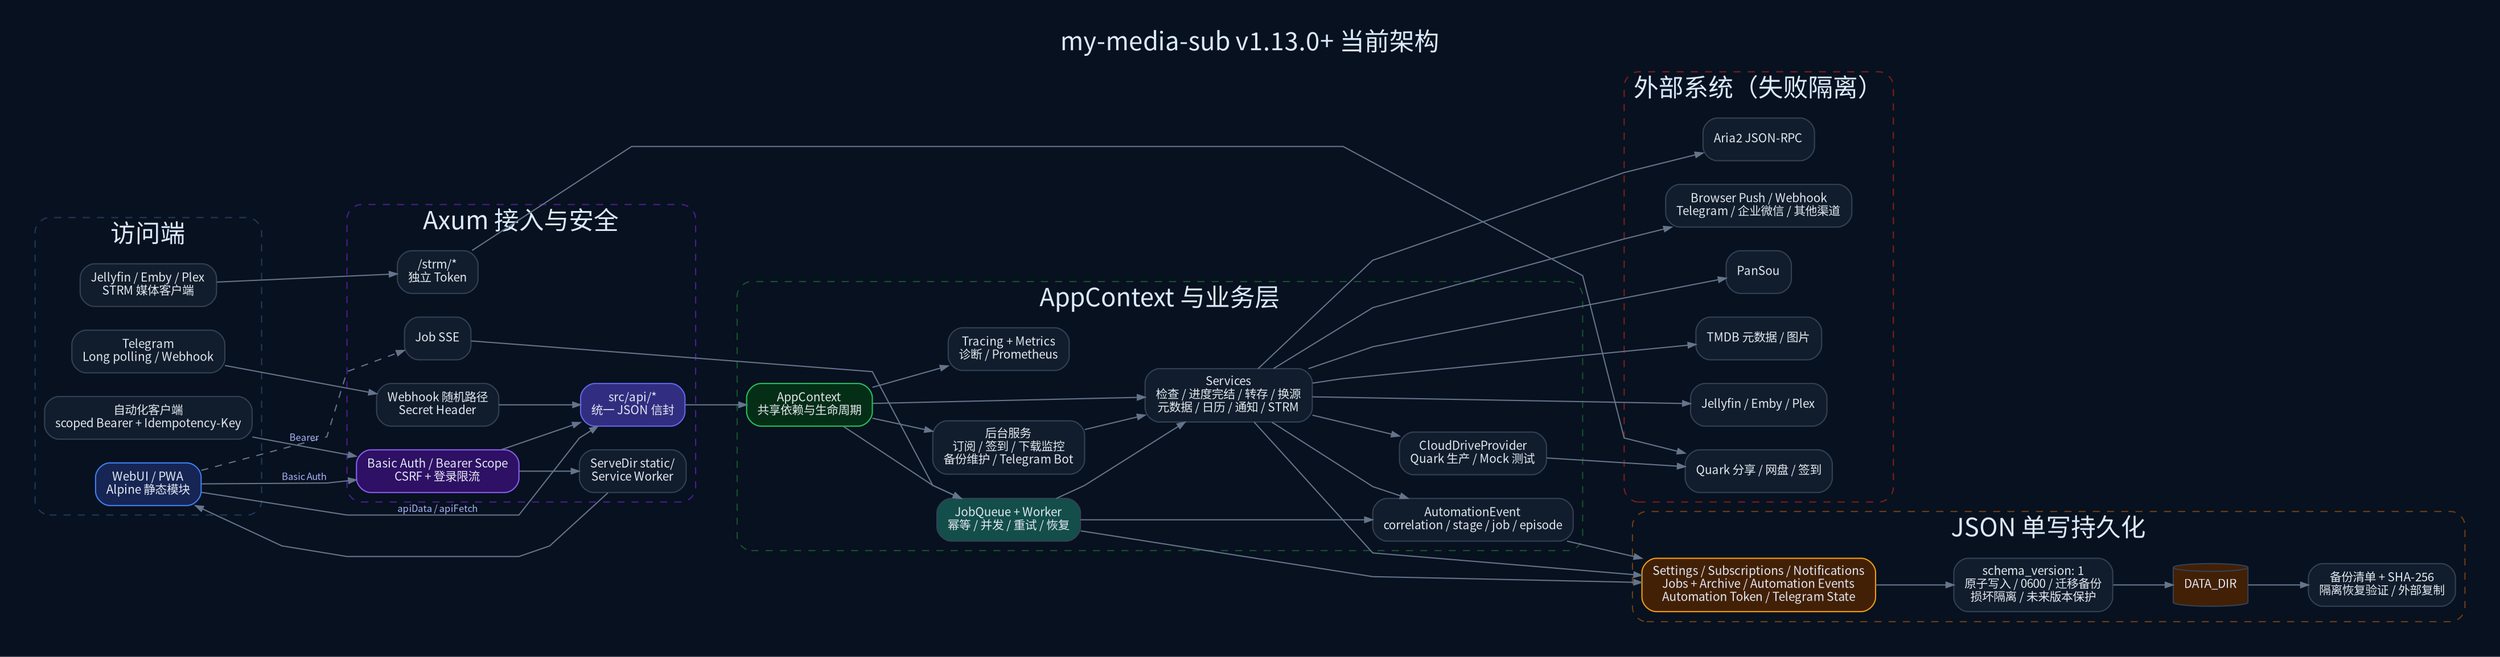
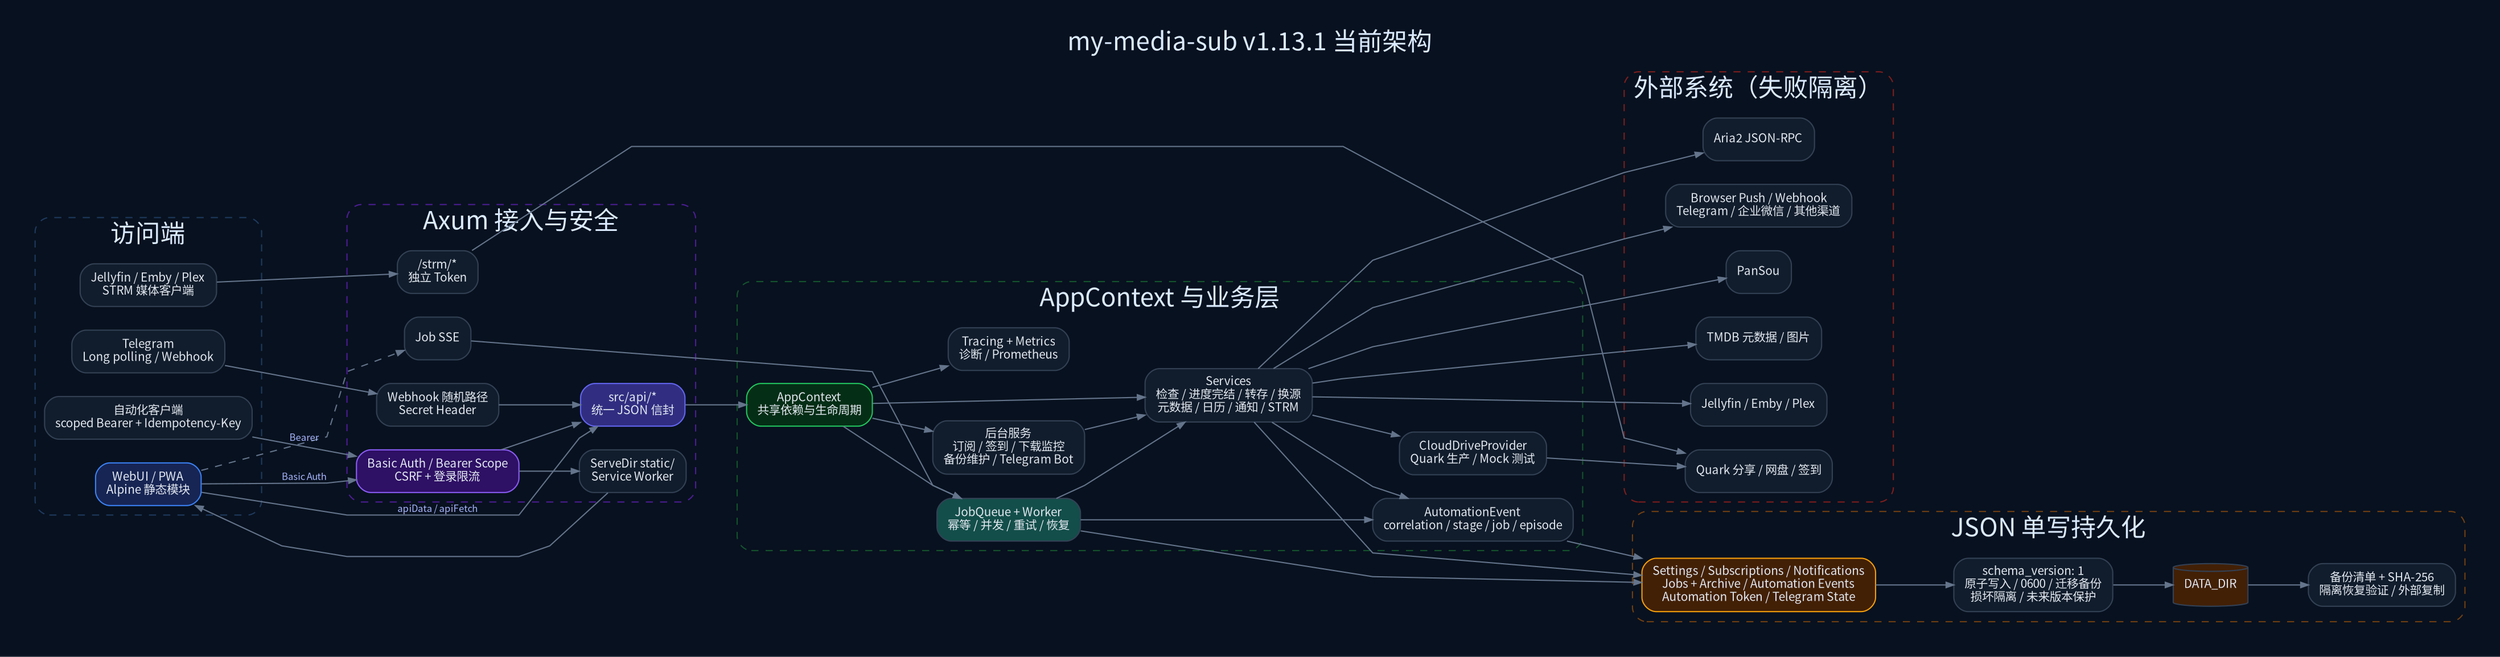
digraph MyMediaSub {
  graph [
    rankdir=LR,
    bgcolor="#08111f",
    pad="0.3",
    nodesep="0.28",
    ranksep="0.7",
    splines=polyline,
    fontname="Noto Sans CJK SC",
    fontcolor="#dbeafe",
-     label="my-media-sub v1.13.0+ 当前架构",
+     label="my-media-sub v1.13.1 当前架构",
    labelloc=t,
    fontsize=21
  ];
  node [shape=box, style="rounded,filled", fontname="Noto Sans CJK SC", fontsize=10,
        color="#334155", fontcolor="#e2e8f0", fillcolor="#111d2c", margin="0.12,0.08"];
  edge [color="#64748b", fontcolor="#a5b4fc", fontname="Noto Sans CJK SC", fontsize=8, arrowsize=0.65];

  subgraph cluster_clients {
    label="访问端"; color="#1e3a5f"; style="rounded,dashed";
    Browser [label="WebUI / PWA\nAlpine 静态模块", fillcolor="#172554", color="#3b82f6"];
    Automation [label="自动化客户端\nscoped Bearer + Idempotency-Key"];
    Telegram [label="Telegram\nLong polling / Webhook"];
    MediaClient [label="Jellyfin / Emby / Plex\nSTRM 媒体客户端"];
  }

  subgraph cluster_http {
    label="Axum 接入与安全"; color="#4c1d95"; style="rounded,dashed";
    Auth [label="Basic Auth / Bearer Scope\nCSRF + 登录限流", fillcolor="#2e1065", color="#8b5cf6"];
    TelegramAuth [label="Webhook 随机路径\nSecret Header"];
    Routes [label="src/api/*\n统一 JSON 信封", fillcolor="#312e81", color="#6366f1"];
    Static [label="ServeDir static/\nService Worker"];
    Strm [label="/strm/*\n独立 Token"];
    SSE [label="Job SSE"];
  }

  subgraph cluster_core {
    label="AppContext 与业务层"; color="#14532d"; style="rounded,dashed";
    Context [label="AppContext\n共享依赖与生命周期", fillcolor="#052e16", color="#22c55e"];
    Services [label="Services\n检查 / 进度完结 / 转存 / 换源\n元数据 / 日历 / 通知 / STRM"];
    Queue [label="JobQueue + Worker\n幂等 / 并发 / 重试 / 恢复", fillcolor="#134e4a"];
    Schedulers [label="后台服务\n订阅 / 签到 / 下载监控\n备份维护 / Telegram Bot"];
    Events [label="AutomationEvent\ncorrelation / stage / job / episode"];
    Metrics [label="Tracing + Metrics\n诊断 / Prometheus"];
    Provider [label="CloudDriveProvider\nQuark 生产 / Mock 测试"];
  }

  subgraph cluster_store {
    label="JSON 单写持久化"; color="#713f12"; style="rounded,dashed";
    Stores [label="Settings / Subscriptions / Notifications\nJobs + Archive / Automation Events\nAutomation Token / Telegram State", fillcolor="#422006", color="#f59e0b"];
    Schema [label="schema_version: 1\n原子写入 / 0600 / 迁移备份\n损坏隔离 / 未来版本保护"];
    Backup [label="备份清单 + SHA-256\n隔离恢复验证 / 外部复制"];
    Data [label="DATA_DIR", shape=cylinder, fillcolor="#422006"];
  }

  subgraph cluster_external {
    label="外部系统（失败隔离）"; color="#7f1d1d"; style="rounded,dashed";
    Search [label="PanSou"];
    Quark [label="Quark 分享 / 网盘 / 签到"];
    TMDB [label="TMDB 元数据 / 图片"];
    Aria2 [label="Aria2 JSON-RPC"];
    Library [label="Jellyfin / Emby / Plex"];
    Push [label="Browser Push / Webhook\nTelegram / 企业微信 / 其他渠道"];
  }

  Browser -> Auth [label="Basic Auth"];
  Automation -> Auth [label="Bearer"];
  Telegram -> TelegramAuth -> Routes;
  Auth -> Routes;
  Auth -> Static -> Browser;
  Browser -> Routes [label="apiData / apiFetch"];
  Browser -> SSE [style=dashed];
  MediaClient -> Strm -> Quark;

  Routes -> Context;
  SSE -> Queue;
  Context -> Services;
  Context -> Queue;
  Context -> Schedulers;
  Context -> Metrics;
  Queue -> Services;
  Schedulers -> Services;
  Services -> Events;
  Queue -> Events;
  Services -> Provider -> Quark;

  Services -> Stores;
  Queue -> Stores;
  Events -> Stores;
  Stores -> Schema -> Data;
  Data -> Backup;

  Services -> Search;
  Services -> TMDB;
  Services -> Aria2;
  Services -> Library;
  Services -> Push;
}
